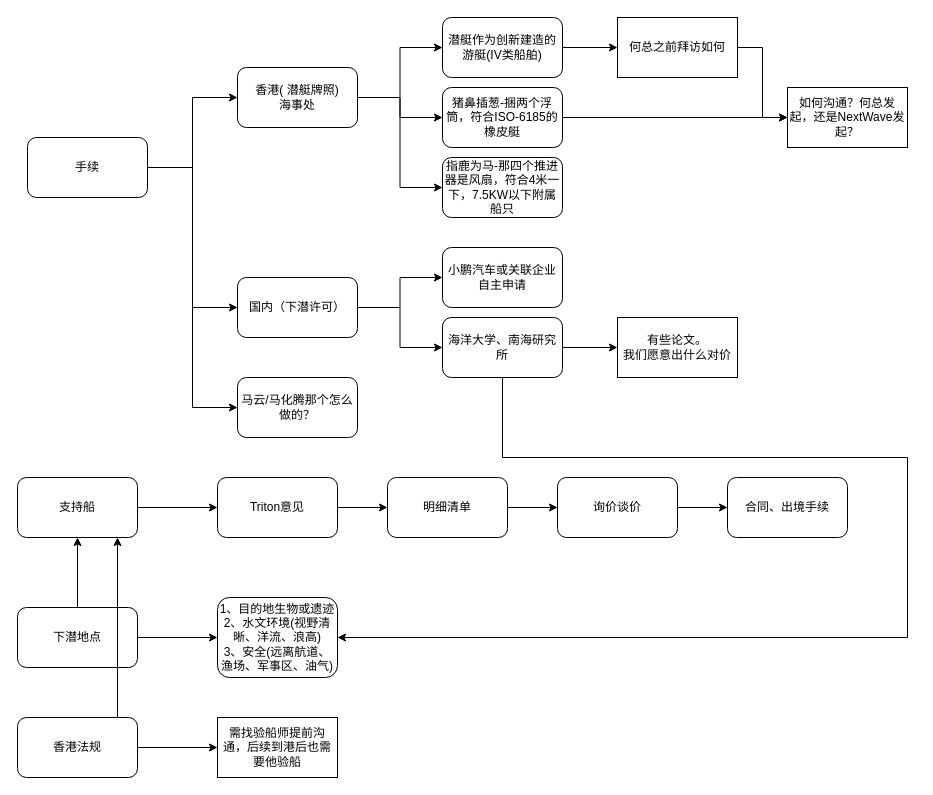
Above: Sub.drawio in hyperxz/drew2 (draw.io), before the change. Source tidied: cells renumbered, new cells numbered last; positions are measured from the earlier drawing's top-left corner, leaving out a move shared by most shapes. Both pictures are drawn from the tidied source at 100%, with x=0, y=0 at pixel (17, 17).
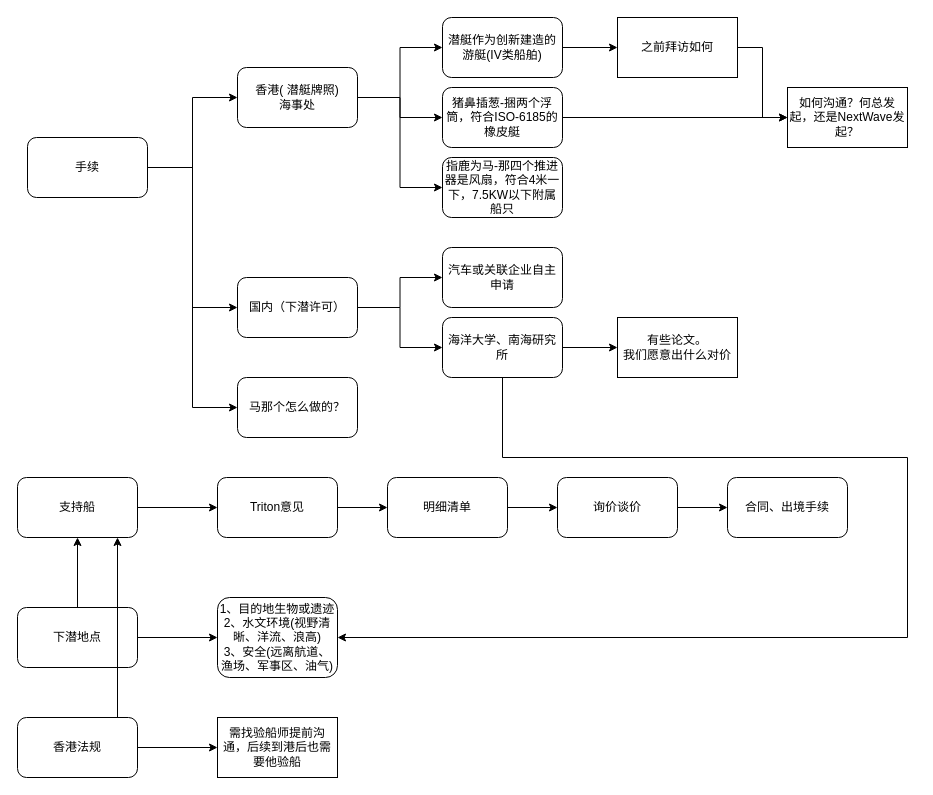
The same page after the edit.

The edit, as a diff of the source:
```diff
@@
-    <mxCell id="17" value="小鹏汽车或关联企业自主申请" style="rounded=1;whiteSpace=wrap;html=1;" parent="1" vertex="1">
+    <mxCell id="17" value="汽车或关联企业自主申请" style="rounded=1;whiteSpace=wrap;html=1;" parent="1" vertex="1">
       <mxGeometry x="425" y="230" width="120" height="60" as="geometry" />
     </mxCell>
@@
-    <mxCell id="23" value="马云/马化腾那个怎么做的？" style="rounded=1;whiteSpace=wrap;html=1;" parent="1" vertex="1">
+    <mxCell id="23" value="马那个怎么做的？" style="rounded=1;whiteSpace=wrap;html=1;" parent="1" vertex="1">
       <mxGeometry x="220" y="360" width="120" height="60" as="geometry" />
     </mxCell>
@@
-    <mxCell id="25" value="何总之前拜访如何" style="rounded=0;whiteSpace=wrap;html=1;" parent="1" vertex="1">
+    <mxCell id="25" value="之前拜访如何" style="rounded=0;whiteSpace=wrap;html=1;" parent="1" vertex="1">
       <mxGeometry x="600" width="120" height="60" as="geometry" />
     </mxCell>
```
